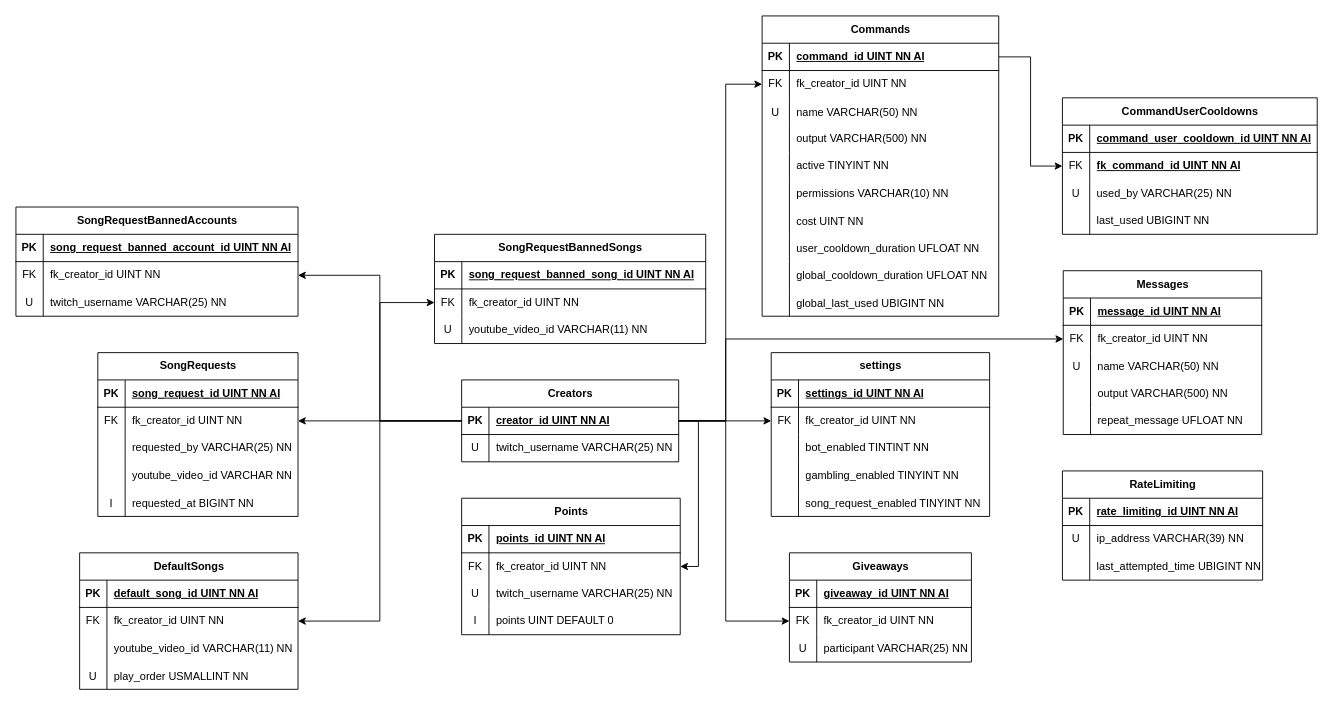
Earlier version of the draw.io diagram Database/Draw.io XML/LundBot69 RDS.drawio.xml (MagnusHLund/LundBot69_Twitch). Source tidied: cells renumbered, new cells numbered last; positions are measured from the earlier drawing's top-left corner, leaving out a move shared by most shapes. Both pictures are drawn from the tidied source at 91%, with x=0, y=0 at pixel (15, 15).
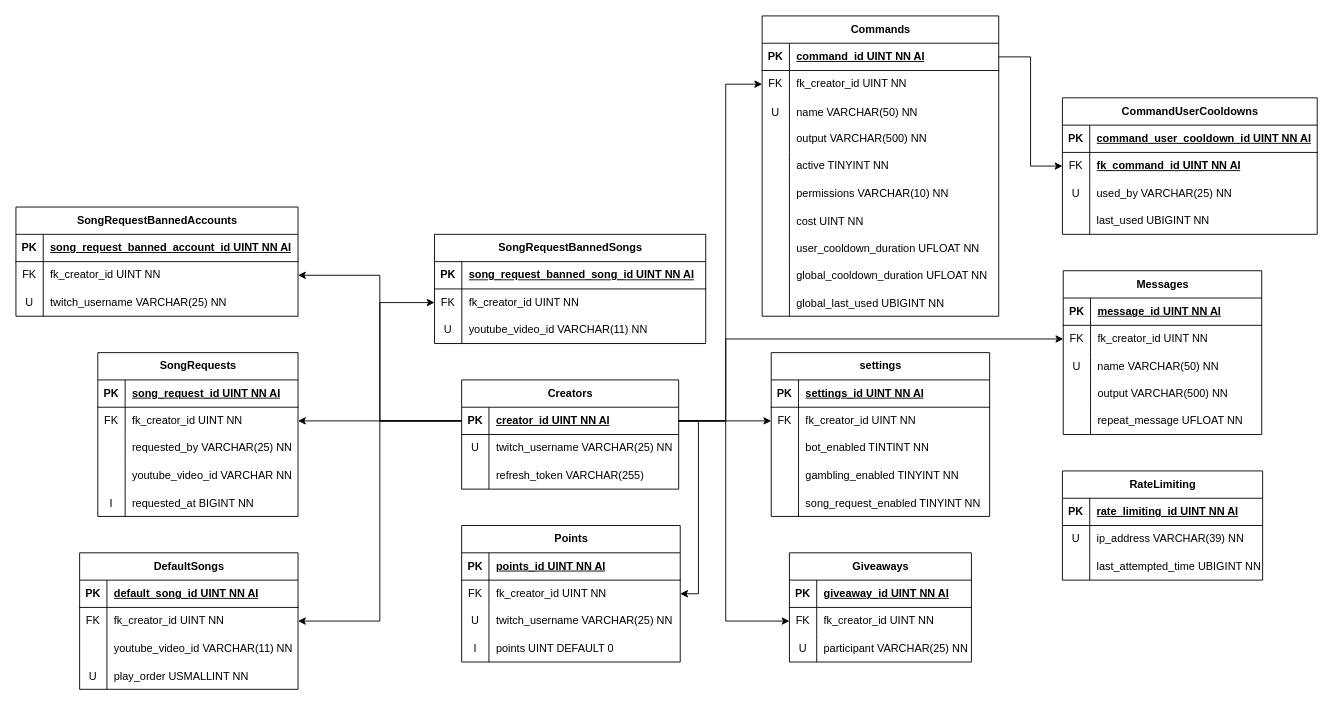
The same diagram, later.

Diff of the diagram source:
```diff
@@
     <mxCell id="2" value="Creators" style="shape=table;startSize=30;childLayout=tableLayout;rowLines=0;fontStyle=1;align=center;html=1;" parent="1" vertex="1">
-      <mxGeometry x="489.8" y="400" width="238.5" height="90" as="geometry" />
+      <mxGeometry x="489.8" y="400" width="238.5" height="120" as="geometry" />
     </mxCell>
@@
+    <mxCell id="177" style="shape=tableRow;horizontal=0;startSize=0;swimlaneHead=0;swimlaneBody=0;fillColor=none;top=0;left=0;right=0;bottom=0;" parent="2" vertex="1">
+      <mxGeometry y="90" width="238.5" height="30" as="geometry" />
+    </mxCell>
+    <mxCell id="178" style="shape=partialRectangle;fillColor=none;top=0;left=0;bottom=0;right=0;fontStyle=0;overflow=hidden;whiteSpace=wrap;html=1;" parent="177" vertex="1">
+      <mxGeometry width="30" height="30" as="geometry" />
+    </mxCell>
+    <mxCell id="179" value="refresh_token VARCHAR(255)" style="shape=partialRectangle;fillColor=none;top=0;left=0;bottom=0;right=0;align=left;spacingLeft=6;fontStyle=0;overflow=hidden;whiteSpace=wrap;html=1;" parent="177" vertex="1">
+      <mxGeometry x="30" width="208.5" height="30" as="geometry" />
+    </mxCell>
@@
     <mxCell id="118" value="Points" style="shape=table;startSize=30;childLayout=tableLayout;rowLines=0;fontStyle=1;align=center;html=1;" parent="1" vertex="1">
-      <mxGeometry x="489.8" y="530" width="240.2" height="150" as="geometry" />
+      <mxGeometry x="489.8" y="560" width="240.2" height="150" as="geometry" />
     </mxCell>
```
